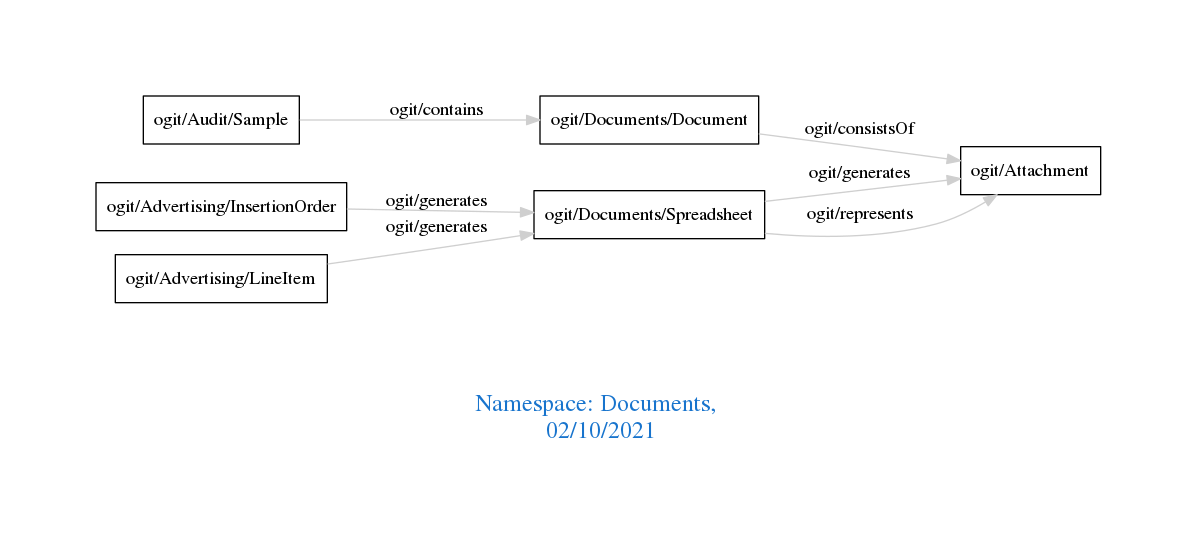
Before: downloads/Documents.png, a diagram exported from Graphviz (arago/OGIT). Its source is kept beside it as downloads/Documents.dot.
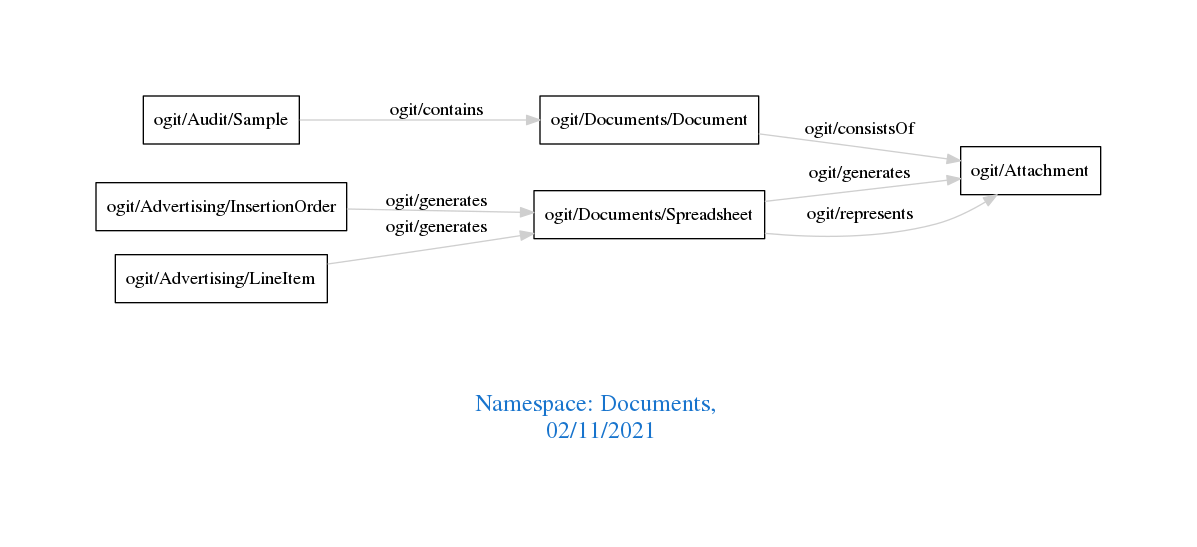
Later version of the same file.

What changed in the source:
```diff
@@ -1,7 +1,7 @@
 digraph OGIT_ontology {
  graph [ rankdir= LR,pad=1
 fontsize = 18,
-fontcolor= dodgerblue3,label = "\n\n\nNamespace: Documents, \n 02/10/2021"];
+fontcolor= dodgerblue3,label = "\n\n\nNamespace: Documents, \n 02/11/2021"];
 node[shape=polygon];
 edge [  color="gray81"];
 
```
